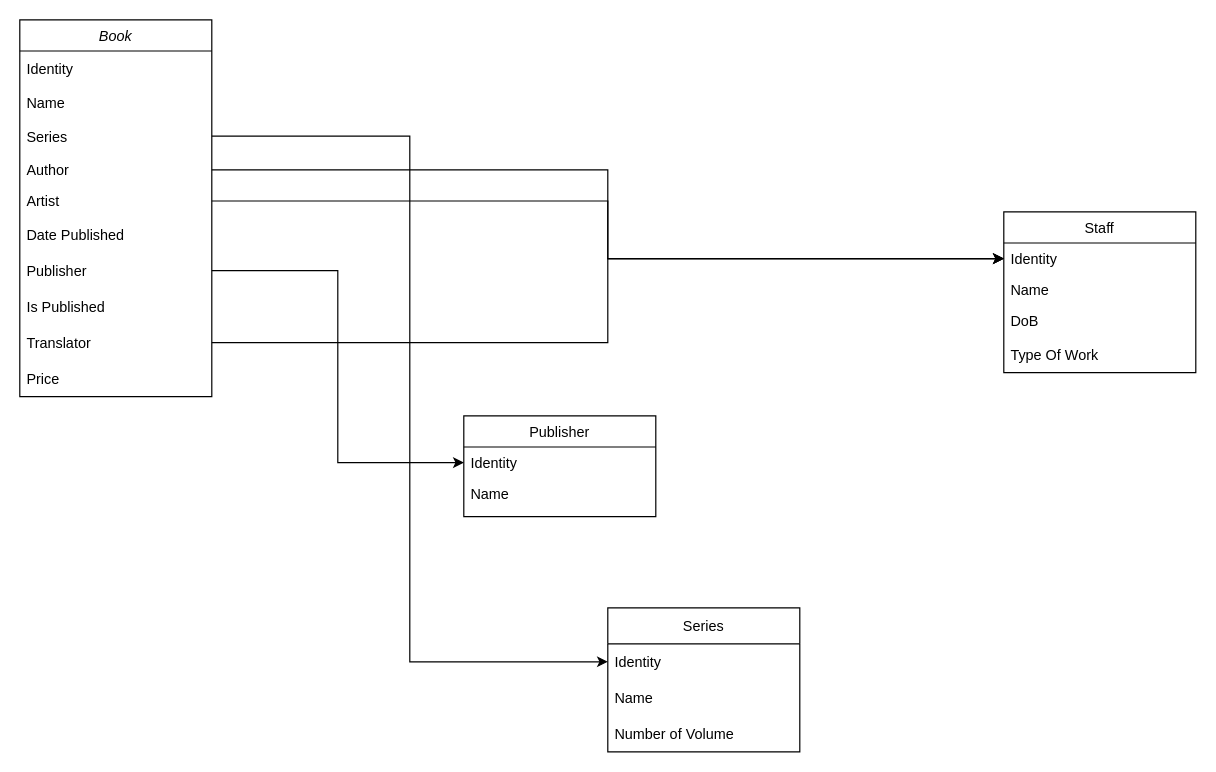
Earlier version of the draw.io diagram class-diagram.drawio (tdusnewbie/VivyDiscordBot). Source tidied: cells renumbered, new cells numbered last; positions are measured from the earlier drawing's top-left corner, leaving out a move shared by most shapes. Both pictures are drawn from the tidied source at 120%, with x=0, y=0 at pixel (19, 19).
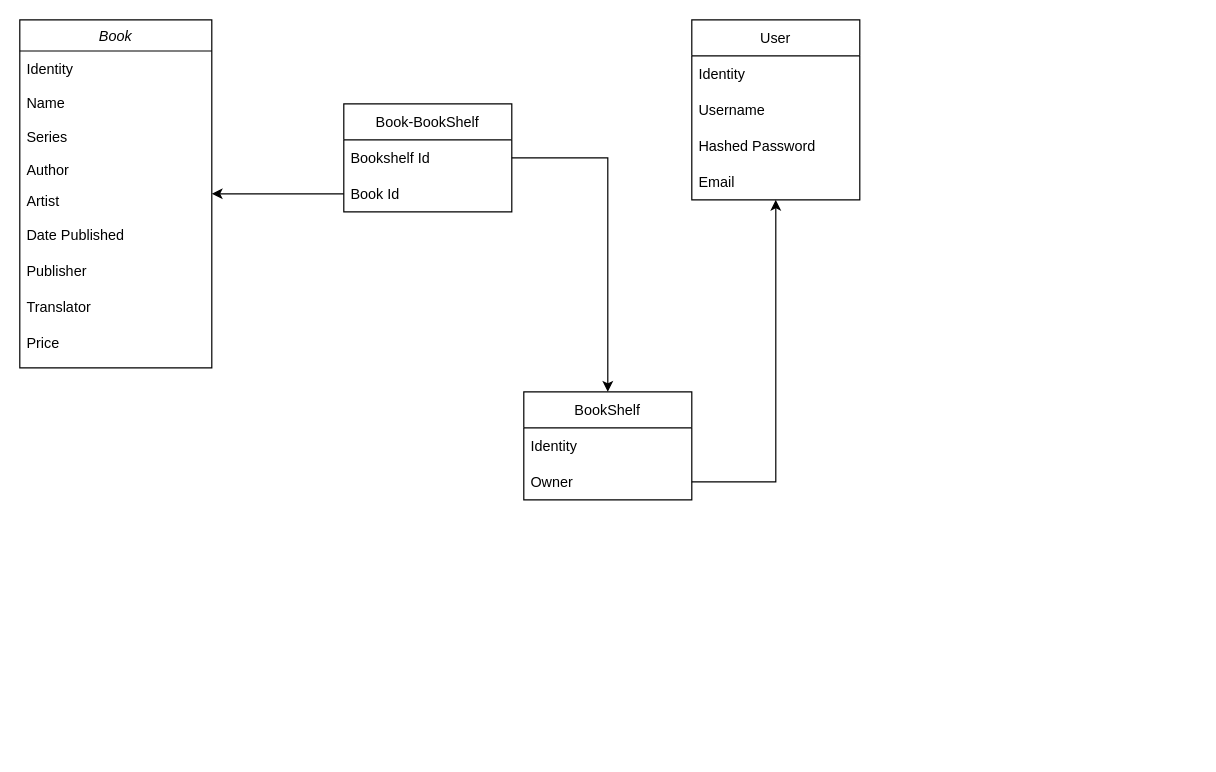
After the change.

The change refers to these unchanged cells:
```xml
<mxCell id="5" value="Series" style="text;strokeColor=none;fillColor=none;align=left;verticalAlign=middle;spacingLeft=4;spacingRight=4;overflow=hidden;points=[[0,0.5],[1,0.5]];portConstraint=eastwest;" parent="2" vertex="1">
  <mxGeometry y="82" width="160" height="30" as="geometry" />
</mxCell>
<mxCell id="6" value="Author" style="text;align=left;verticalAlign=top;spacingLeft=4;spacingRight=4;overflow=hidden;points=[[0,0.5],[1,0.5]];portConstraint=eastwest;rounded=0;shadow=0;html=0;" parent="2" vertex="1">
  <mxGeometry y="112" width="160" height="26" as="geometry" />
</mxCell>
<mxCell id="7" value="Artist" style="text;align=left;verticalAlign=top;spacingLeft=4;spacingRight=4;overflow=hidden;points=[[0,0.5],[1,0.5]];portConstraint=eastwest;rounded=0;shadow=0;html=0;" parent="2" vertex="1">
  <mxGeometry y="138" width="160" height="26" as="geometry" />
</mxCell>
<mxCell id="9" value="Publisher" style="text;strokeColor=none;fillColor=none;align=left;verticalAlign=middle;spacingLeft=4;spacingRight=4;overflow=hidden;points=[[0,0.5],[1,0.5]];portConstraint=eastwest;" parent="2" vertex="1">
  <mxGeometry y="194" width="160" height="30" as="geometry" />
</mxCell>
```

Diff of the diagram source:
```diff
@@
     <mxCell id="2" value="Book" style="swimlane;fontStyle=2;align=center;verticalAlign=top;horizontal=1;startSize=26;rounded=0;shadow=0;strokeWidth=1;" parent="1" vertex="1">
-      <mxGeometry width="160" height="314" as="geometry" />
+      <mxGeometry width="160" height="290" as="geometry" />
     </mxCell>
@@
-    <mxCell id="10" value="Is Published" style="text;strokeColor=none;fillColor=none;align=left;verticalAlign=middle;spacingLeft=4;spacingRight=4;overflow=hidden;" parent="2" vertex="1">
-      <mxGeometry y="224" width="160" height="30" as="geometry" />
-    </mxCell>
     <mxCell id="11" value="Translator" style="text;strokeColor=none;fillColor=none;align=left;verticalAlign=middle;spacingLeft=4;spacingRight=4;overflow=hidden;points=[[0,0.5],[1,0.5]];portConstraint=eastwest;" parent="2" vertex="1">
-      <mxGeometry y="254" width="160" height="30" as="geometry" />
+      <mxGeometry y="224" width="160" height="30" as="geometry" />
     </mxCell>
     <mxCell id="12" value="Price" style="text;strokeColor=none;fillColor=none;align=left;verticalAlign=middle;spacingLeft=4;spacingRight=4;overflow=hidden;" parent="2" vertex="1">
-      <mxGeometry y="284" width="160" height="30" as="geometry" />
+      <mxGeometry y="254" width="160" height="30" as="geometry" />
     </mxCell>
-    <mxCell id="13" value="Publisher" style="swimlane;fontStyle=0;align=center;verticalAlign=top;horizontal=1;startSize=26;rounded=0;shadow=0;strokeWidth=1;" parent="1" vertex="1">
-      <mxGeometry x="370" y="330" width="160" height="84" as="geometry" />
-    </mxCell>
-    <mxCell id="14" value="Identity" style="text;align=left;verticalAlign=top;spacingLeft=4;spacingRight=4;overflow=hidden;points=[[0,0.5],[1,0.5]];portConstraint=eastwest;" parent="13" vertex="1">
-      <mxGeometry y="26" width="160" height="26" as="geometry" />
-    </mxCell>
-    <mxCell id="15" value="Name" style="text;align=left;verticalAlign=top;spacingLeft=4;spacingRight=4;overflow=hidden;rounded=0;shadow=0;html=0;" parent="13" vertex="1">
-      <mxGeometry y="52" width="160" height="26" as="geometry" />
-    </mxCell>
-    <mxCell id="16" value="Staff" style="swimlane;fontStyle=0;align=center;verticalAlign=top;horizontal=1;startSize=26;rounded=0;shadow=0;strokeWidth=1;" parent="1" vertex="1">
-      <mxGeometry x="820" y="160" width="160" height="134" as="geometry" />
-    </mxCell>
-    <mxCell id="17" value="Identity" style="text;align=left;verticalAlign=top;spacingLeft=4;spacingRight=4;overflow=hidden;points=[[0,0.5],[1,0.5]];portConstraint=eastwest;" parent="16" vertex="1">
-      <mxGeometry y="26" width="160" height="26" as="geometry" />
-    </mxCell>
-    <mxCell id="18" value="Name" style="text;align=left;verticalAlign=top;spacingLeft=4;spacingRight=4;overflow=hidden;rounded=0;shadow=0;html=0;" parent="16" vertex="1">
-      <mxGeometry y="52" width="160" height="26" as="geometry" />
-    </mxCell>
-    <mxCell id="19" value="DoB" style="text;align=left;verticalAlign=top;spacingLeft=4;spacingRight=4;overflow=hidden;rounded=0;shadow=0;html=0;" parent="16" vertex="1">
-      <mxGeometry y="78" width="160" height="26" as="geometry" />
-    </mxCell>
-    <mxCell id="20" value="Type Of Work" style="text;strokeColor=none;fillColor=none;align=left;verticalAlign=middle;spacingLeft=4;spacingRight=4;overflow=hidden;" parent="16" vertex="1">
-      <mxGeometry y="104" width="160" height="30" as="geometry" />
-    </mxCell>
-    <mxCell id="21" value="Series" style="swimlane;fontStyle=0;horizontal=1;startSize=30;" parent="1" vertex="1">
-      <mxGeometry x="490" y="490" width="160" height="120" as="geometry" />
-    </mxCell>
-    <mxCell id="22" value="Identity" style="text;strokeColor=none;fillColor=none;align=left;verticalAlign=middle;spacingLeft=4;spacingRight=4;overflow=hidden;points=[[0,0.5],[1,0.5]];portConstraint=eastwest;" parent="21" vertex="1">
-      <mxGeometry y="30" width="160" height="30" as="geometry" />
-    </mxCell>
-    <mxCell id="23" value="Name" style="text;strokeColor=none;fillColor=none;align=left;verticalAlign=middle;spacingLeft=4;spacingRight=4;overflow=hidden;" parent="21" vertex="1">
-      <mxGeometry y="60" width="160" height="30" as="geometry" />
-    </mxCell>
-    <mxCell id="24" value="Number of Volume" style="text;strokeColor=none;fillColor=none;align=left;verticalAlign=middle;spacingLeft=4;spacingRight=4;overflow=hidden;" parent="21" vertex="1">
-      <mxGeometry y="90" width="160" height="30" as="geometry" />
-    </mxCell>
-    <mxCell id="25" style="edgeStyle=orthogonalEdgeStyle;rounded=0;jettySize=auto;html=1;entryX=0;entryY=0.5;entryDx=0;entryDy=0;" parent="1" edge="1" source="5" target="22">
-      <mxGeometry relative="1" as="geometry" />
-    </mxCell>
-    <mxCell id="26" style="edgeStyle=orthogonalEdgeStyle;rounded=0;jettySize=auto;html=1;" parent="1" edge="1" source="6" target="17">
-      <mxGeometry relative="1" as="geometry" />
-    </mxCell>
-    <mxCell id="27" style="edgeStyle=orthogonalEdgeStyle;rounded=0;jettySize=auto;html=1;" parent="1" edge="1" source="7" target="17">
-      <mxGeometry relative="1" as="geometry" />
-    </mxCell>
-    <mxCell id="28" style="edgeStyle=orthogonalEdgeStyle;rounded=0;jettySize=auto;html=1;" parent="1" edge="1" source="11" target="17">
-      <mxGeometry relative="1" as="geometry" />
-    </mxCell>
-    <mxCell id="29" style="edgeStyle=orthogonalEdgeStyle;rounded=0;jettySize=auto;html=1;entryX=0;entryY=0.5;entryDx=0;entryDy=0;" parent="1" edge="1" source="9" target="14">
-      <mxGeometry relative="1" as="geometry" />
-    </mxCell>
+    <mxCell id="30" value="User" style="swimlane;fontStyle=0;horizontal=1;startSize=30;" parent="1" vertex="1">
+      <mxGeometry x="560" width="140" height="150" as="geometry" />
+    </mxCell>
+    <mxCell id="31" value="Identity" style="text;strokeColor=none;fillColor=none;align=left;verticalAlign=middle;spacingLeft=4;spacingRight=4;overflow=hidden;" parent="30" vertex="1">
+      <mxGeometry y="30" width="140" height="30" as="geometry" />
+    </mxCell>
+    <mxCell id="32" value="Username" style="text;strokeColor=none;fillColor=none;align=left;verticalAlign=middle;spacingLeft=4;spacingRight=4;overflow=hidden;" parent="30" vertex="1">
+      <mxGeometry y="60" width="140" height="30" as="geometry" />
+    </mxCell>
+    <mxCell id="33" value="Hashed Password" style="text;strokeColor=none;fillColor=none;align=left;verticalAlign=middle;spacingLeft=4;spacingRight=4;overflow=hidden;" parent="30" vertex="1">
+      <mxGeometry y="90" width="140" height="30" as="geometry" />
+    </mxCell>
+    <mxCell id="34" value="Email" style="text;strokeColor=none;fillColor=none;align=left;verticalAlign=middle;spacingLeft=4;spacingRight=4;overflow=hidden;" parent="30" vertex="1">
+      <mxGeometry y="120" width="140" height="30" as="geometry" />
+    </mxCell>
+    <mxCell id="35" value="BookShelf" style="swimlane;fontStyle=0;horizontal=1;startSize=30;" parent="1" vertex="1">
+      <mxGeometry x="420" y="310" width="140" height="90" as="geometry" />
+    </mxCell>
+    <mxCell id="36" value="Identity" style="text;strokeColor=none;fillColor=none;align=left;verticalAlign=middle;spacingLeft=4;spacingRight=4;overflow=hidden;" parent="35" vertex="1">
+      <mxGeometry y="30" width="140" height="30" as="geometry" />
+    </mxCell>
+    <mxCell id="37" value="Owner" style="text;strokeColor=none;fillColor=none;align=left;verticalAlign=middle;spacingLeft=4;spacingRight=4;overflow=hidden;points=[[0,0.5],[1,0.5]];portConstraint=eastwest;" parent="35" vertex="1">
+      <mxGeometry y="60" width="140" height="30" as="geometry" />
+    </mxCell>
+    <mxCell id="38" style="edgeStyle=orthogonalEdgeStyle;rounded=0;jettySize=auto;html=1;" parent="1" edge="1" source="37" target="30">
+      <mxGeometry relative="1" as="geometry" />
+    </mxCell>
+    <mxCell id="39" value="Book-BookShelf" style="swimlane;fontStyle=0;horizontal=1;startSize=30;" parent="1" vertex="1">
+      <mxGeometry x="270" y="70" width="140" height="90" as="geometry" />
+    </mxCell>
+    <mxCell id="40" value="Bookshelf Id" style="text;strokeColor=none;fillColor=none;align=left;verticalAlign=middle;spacingLeft=4;spacingRight=4;overflow=hidden;points=[[0,0.5],[1,0.5]];portConstraint=eastwest;" parent="39" vertex="1">
+      <mxGeometry y="30" width="140" height="30" as="geometry" />
+    </mxCell>
+    <mxCell id="41" value="Book Id" style="text;strokeColor=none;fillColor=none;align=left;verticalAlign=middle;spacingLeft=4;spacingRight=4;overflow=hidden;points=[[0,0.5],[1,0.5]];portConstraint=eastwest;" parent="39" vertex="1">
+      <mxGeometry y="60" width="140" height="30" as="geometry" />
+    </mxCell>
+    <mxCell id="42" style="edgeStyle=orthogonalEdgeStyle;rounded=0;jettySize=auto;html=1;entryX=0.5;entryY=0;entryDx=0;entryDy=0;" parent="1" edge="1" source="40" target="35">
+      <mxGeometry relative="1" as="geometry" />
+    </mxCell>
+    <mxCell id="43" style="edgeStyle=orthogonalEdgeStyle;rounded=0;jettySize=auto;html=1;" parent="1" edge="1" source="41" target="2">
+      <mxGeometry relative="1" as="geometry" />
+    </mxCell>
```
